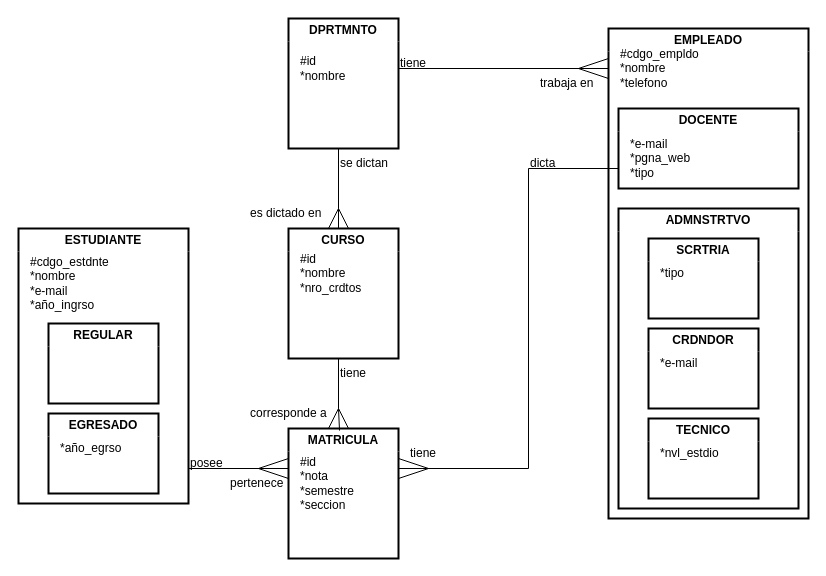
This is page "ej-c" (3 of 3) of practica2_ej1.drawio from AlexisEV/diagramas-er, a draw.io file, before an edit. Source tidied: cells renumbered, new cells numbered last; positions are measured from the earlier drawing's top-left corner, leaving out a move shared by most shapes. Both pictures are drawn from the tidied source at 100%, with x=0, y=0 at pixel (18, 18).
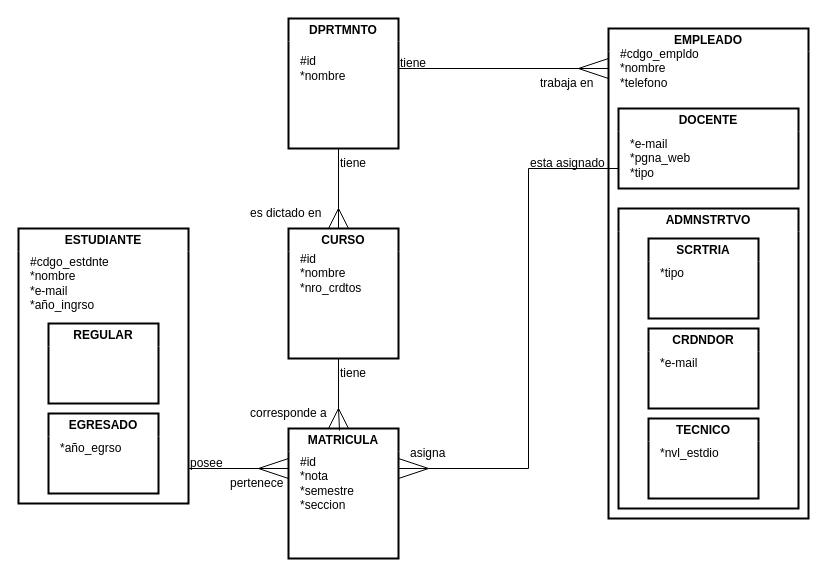
The same diagram, later.

The edit, as a diff of the source:
```diff
@@
-    <mxCell id="30" value="se dictan" style="text;html=1;align=left;verticalAlign=middle;strokeColor=none;fillColor=none;" parent="1" vertex="1">
-      <mxGeometry x="320" y="130" width="70" height="30" as="geometry" />
+    <mxCell id="30" value="tiene" style="text;html=1;align=left;verticalAlign=middle;strokeColor=none;fillColor=none;" parent="1" vertex="1">
+      <mxGeometry x="320" y="130" width="50" height="30" as="geometry" />
     </mxCell>
@@
-    <mxCell id="42" value="dicta" style="text;html=1;align=left;verticalAlign=middle;strokeColor=none;fillColor=none;" parent="1" vertex="1">
-      <mxGeometry x="510" y="130" width="50" height="30" as="geometry" />
+    <mxCell id="42" value="esta asignado" style="text;html=1;align=left;verticalAlign=middle;strokeColor=none;fillColor=none;" parent="1" vertex="1">
+      <mxGeometry x="510" y="130" width="100" height="30" as="geometry" />
     </mxCell>
-    <mxCell id="43" value="tiene" style="text;html=1;align=left;verticalAlign=middle;strokeColor=none;fillColor=none;" parent="1" vertex="1">
-      <mxGeometry x="390" y="420" width="50" height="30" as="geometry" />
+    <mxCell id="43" value="asigna" style="text;html=1;align=left;verticalAlign=middle;strokeColor=none;fillColor=none;" parent="1" vertex="1">
+      <mxGeometry x="390" y="420" width="60" height="30" as="geometry" />
     </mxCell>
```
